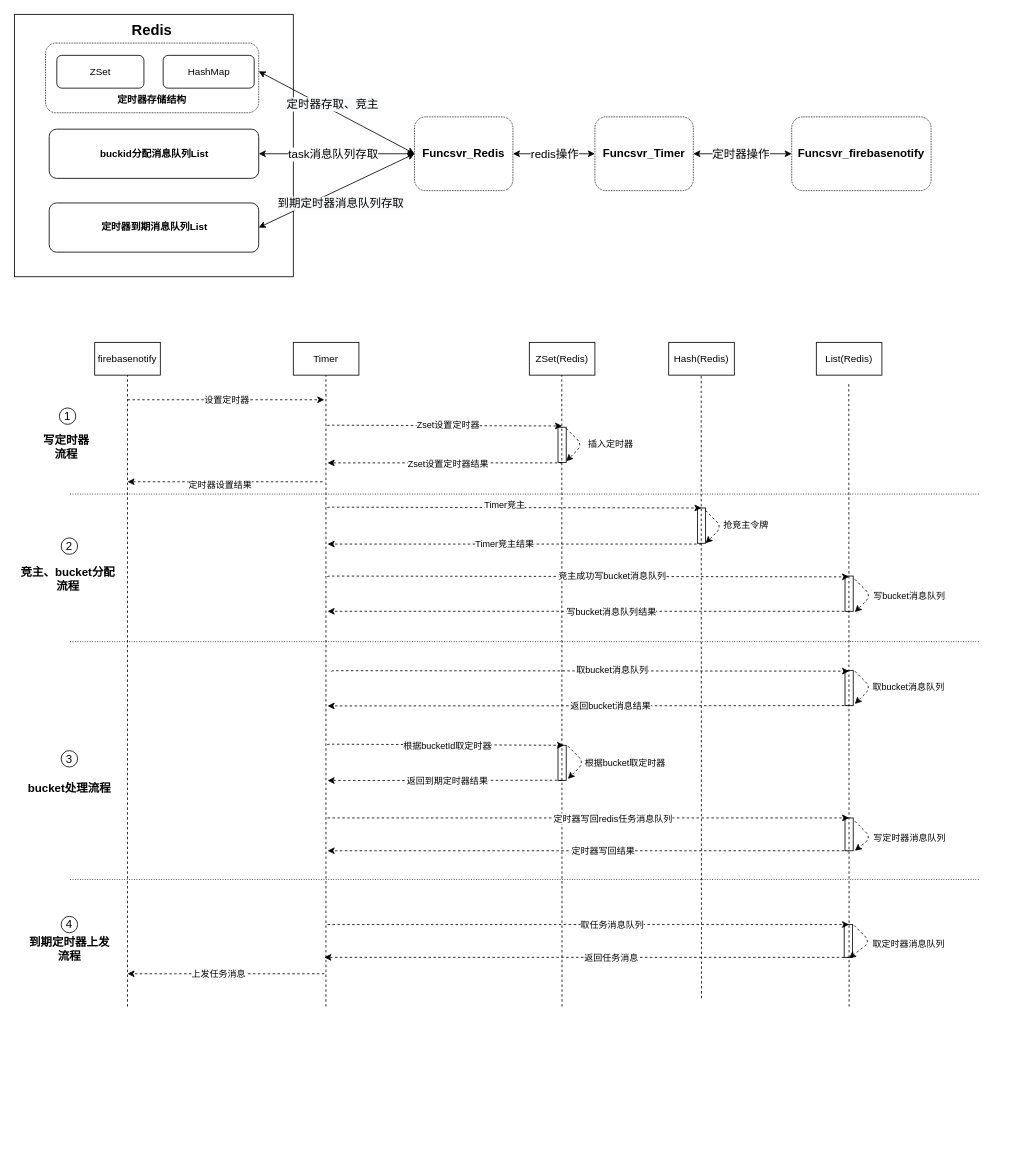
The draw.io diagram page "总图" (1 of 8) of timer.drawio in mbabby/draw.io.file, before the edit. Source tidied: cells renumbered, new cells numbered last; positions are measured from the earlier drawing's top-left corner, leaving out a move shared by most shapes. Both pictures are drawn from the tidied source at 82%, with x=0, y=0 at pixel (14, 14).
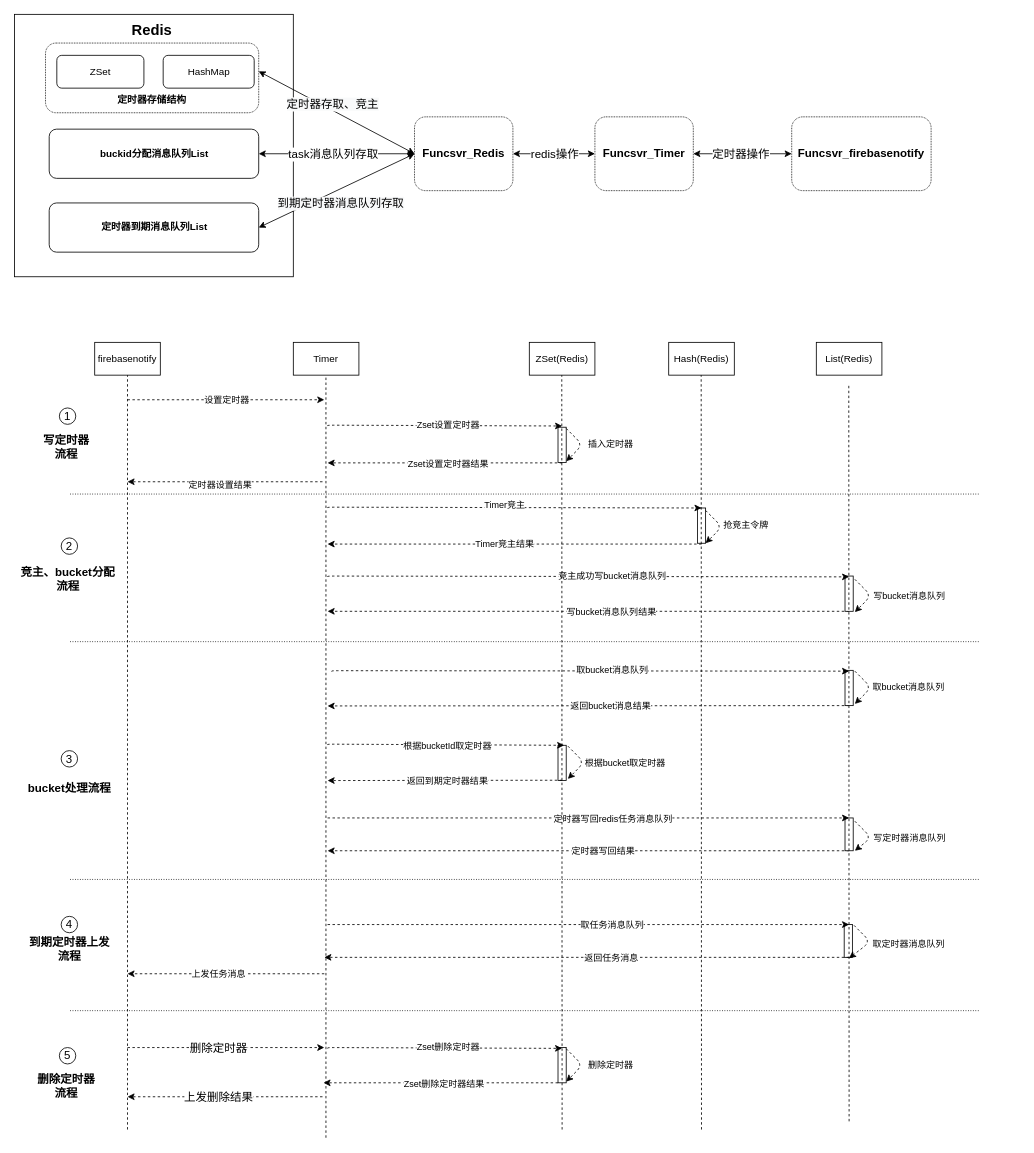
The same diagram, later.

Unchanged cells that the change refers to:
```xml
<mxCell id="24" value="firebasenotify" style="rounded=0;whiteSpace=wrap;html=1;" parent="1" vertex="1">
  <mxGeometry x="98" y="400" width="80" height="40" as="geometry" />
</mxCell>
```

The edit, as a diff of the source:
```diff
@@
     <mxCell id="25" style="endArrow=none;dashed=1;html=1;entryX=0.5;entryY=1;entryDx=0;entryDy=0;" parent="1" edge="1" target="24">
       <mxGeometry relative="1" as="geometry">
-        <mxPoint x="138" y="1210" as="sourcePoint" />
+        <mxPoint x="138" y="1360" as="sourcePoint" />
       </mxGeometry>
     </mxCell>
@@
     <mxCell id="28" style="endArrow=none;dashed=1;html=1;entryX=0.5;entryY=1;entryDx=0;entryDy=0;" parent="1" edge="1">
       <mxGeometry relative="1" as="geometry">
-        <mxPoint x="380" y="1210" as="sourcePoint" />
+        <mxPoint x="380" y="1370" as="sourcePoint" />
         <mxPoint x="380" y="440" as="targetPoint" />
       </mxGeometry>
     </mxCell>
@@
     <mxCell id="77" style="endArrow=none;dashed=1;html=1;entryX=0.5;entryY=1;entryDx=0;entryDy=0;startArrow=none;" parent="1" edge="1">
       <mxGeometry relative="1" as="geometry">
-        <mxPoint x="1018" y="1210" as="sourcePoint" />
+        <mxPoint x="1018" y="1350" as="sourcePoint" />
         <mxPoint x="1017.6" y="450" as="targetPoint" />
       </mxGeometry>
     </mxCell>
     <mxCell id="78" style="endArrow=none;dashed=1;html=1;entryX=0.5;entryY=1;entryDx=0;entryDy=0;startArrow=none;" parent="1" edge="1">
       <mxGeometry relative="1" as="geometry">
-        <mxPoint x="838" y="1200" as="sourcePoint" />
+        <mxPoint x="838" y="1360" as="sourcePoint" />
         <mxPoint x="837.6" y="440" as="targetPoint" />
       </mxGeometry>
     </mxCell>
-    <mxCell id="79" style="endArrow=none;dashed=1;html=1;entryX=0.5;entryY=1;entryDx=0;entryDy=0;startArrow=none;" parent="1" edge="1">
-      <mxGeometry relative="1" as="geometry">
-        <mxPoint x="667.9" y="1210" as="sourcePoint" />
-        <mxPoint x="667.6" y="440" as="targetPoint" />
-      </mxGeometry>
-    </mxCell>
@@
+    <mxCell id="99" style="rounded=0;whiteSpace=wrap;html=1;" parent="1" vertex="1">
+      <mxGeometry x="663" y="1260" width="10" height="43" as="geometry" />
+    </mxCell>
+    <mxCell id="100" style="endArrow=classic;html=1;dashed=1;" parent="1" edge="1">
+      <mxGeometry relative="1" as="geometry">
+        <mxPoint x="138" y="1260" as="sourcePoint" />
+        <mxPoint x="378" y="1260" as="targetPoint" />
+        <Array as="points">
+          <mxPoint x="258" y="1260" />
+        </Array>
+      </mxGeometry>
+    </mxCell>
+    <mxCell id="101" value="删除定时器" style="edgeLabel;html=1;align=center;verticalAlign=middle;fontSize=14;" parent="100" vertex="1">
+      <mxGeometry x="-0.09" y="1" relative="1" as="geometry">
+        <mxPoint x="1" y="1" as="offset" />
+      </mxGeometry>
+    </mxCell>
+    <mxCell id="102" style="endArrow=classic;html=1;dashed=1;" parent="1" edge="1">
+      <mxGeometry relative="1" as="geometry">
+        <mxPoint x="382" y="1261" as="sourcePoint" />
+        <mxPoint x="668" y="1261" as="targetPoint" />
+        <Array as="points">
+          <mxPoint x="382" y="1260" />
+        </Array>
+      </mxGeometry>
+    </mxCell>
+    <mxCell id="103" value="Zset删除定时器" style="edgeLabel;html=1;align=center;verticalAlign=middle;" parent="102" vertex="1">
+      <mxGeometry x="0.14" y="-1" relative="1" as="geometry">
+        <mxPoint x="-16" y="-2" as="offset" />
+      </mxGeometry>
+    </mxCell>
+    <mxCell id="104" style="endArrow=classic;html=1;dashed=1;" parent="1" edge="1">
+      <mxGeometry relative="1" as="geometry">
+        <mxPoint x="375.8" y="1320" as="sourcePoint" />
+        <mxPoint x="138" y="1320" as="targetPoint" />
+      </mxGeometry>
+    </mxCell>
+    <mxCell id="105" style="endArrow=classic;html=1;dashed=1;" parent="1" edge="1">
+      <mxGeometry relative="1" as="geometry">
+        <mxPoint x="673" y="1261.5" as="sourcePoint" />
+        <mxPoint x="673" y="1301.5" as="targetPoint" />
+        <Array as="points">
+          <mxPoint x="693" y="1281.5" />
+        </Array>
+      </mxGeometry>
+    </mxCell>
+    <mxCell id="106" value="&lt;div style=&quot;text-align: center&quot;&gt;&lt;font face=&quot;helvetica&quot;&gt;&lt;span style=&quot;font-size: 11px ; background-color: rgb(255 , 255 , 255)&quot;&gt;删除定时器&lt;/span&gt;&lt;/font&gt;&lt;/div&gt;" style="text;whiteSpace=wrap;html=1;" parent="1" vertex="1">
+      <mxGeometry x="698" y="1266.5" width="120" height="30" as="geometry" />
+    </mxCell>
+    <mxCell id="107" style="endArrow=classic;html=1;dashed=1;" parent="1" edge="1">
+      <mxGeometry relative="1" as="geometry">
+        <mxPoint x="663" y="1303" as="sourcePoint" />
+        <mxPoint x="377" y="1303" as="targetPoint" />
+      </mxGeometry>
+    </mxCell>
+    <mxCell id="108" value="Zset删除定时器结果" style="edgeLabel;html=1;align=center;verticalAlign=middle;" parent="107" vertex="1">
+      <mxGeometry x="0.14" y="-1" relative="1" as="geometry">
+        <mxPoint x="23" y="1" as="offset" />
+      </mxGeometry>
+    </mxCell>
+    <mxCell id="109" value="5" style="ellipse;whiteSpace=wrap;html=1;fontSize=14;align=center;" parent="1" vertex="1">
+      <mxGeometry x="54.9" y="1260" width="20" height="20" as="geometry" />
+    </mxCell>
+    <mxCell id="110" value="&lt;b&gt;删除定时器&lt;br&gt;流程&lt;/b&gt;" style="text;html=1;align=center;verticalAlign=middle;strokeColor=none;fillColor=none;fontSize=14;" parent="1" vertex="1">
+      <mxGeometry x="18" y="1286.5" width="90" height="40" as="geometry" />
+    </mxCell>
+    <mxCell id="111" style="line;strokeWidth=1;html=1;fontSize=14;align=center;dashed=1;dashPattern=1 2;" parent="1" vertex="1">
+      <mxGeometry x="68" y="1210" width="1110" height="10" as="geometry" />
+    </mxCell>
+    <mxCell id="79" style="endArrow=none;dashed=1;html=1;entryX=0.5;entryY=1;entryDx=0;entryDy=0;startArrow=none;" parent="1" edge="1">
+      <mxGeometry relative="1" as="geometry">
+        <mxPoint x="668" y="1360" as="sourcePoint" />
+        <mxPoint x="667.6" y="440" as="targetPoint" />
+      </mxGeometry>
+    </mxCell>
+    <mxCell id="112" value="上发删除结果" style="edgeLabel;html=1;align=center;verticalAlign=middle;fontSize=14;" parent="1" vertex="1">
+      <mxGeometry x="248" y="1320" as="geometry" />
+    </mxCell>
```
